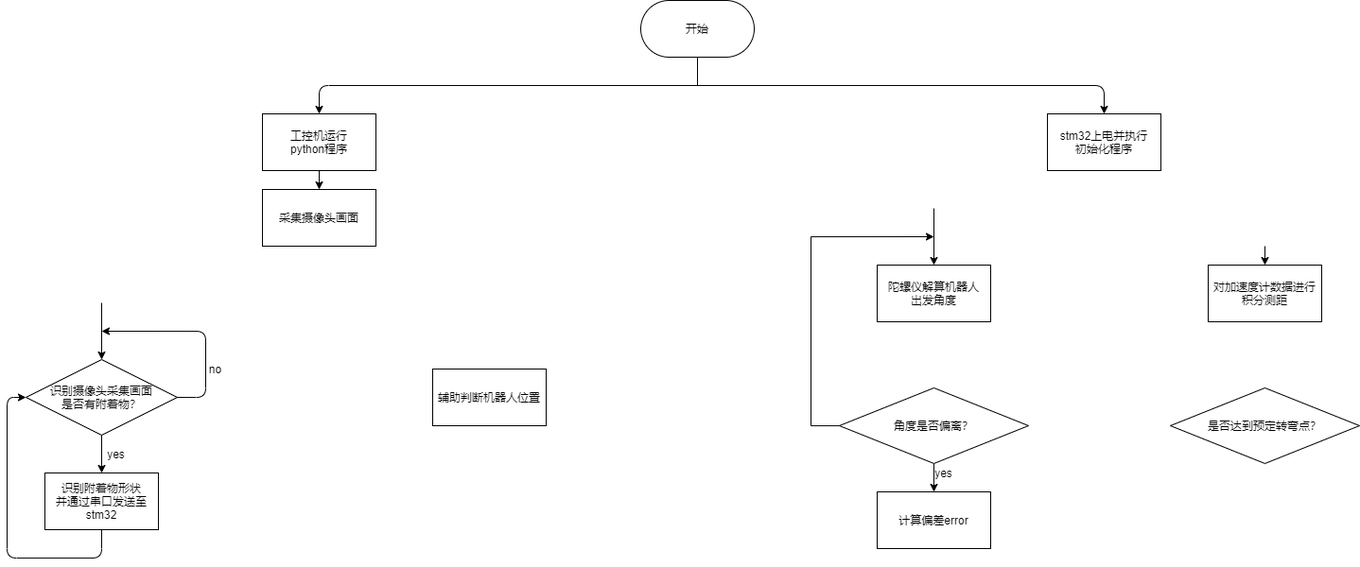
RightTriangle/RightTriangle.github.io keeps this draw.io diagram as test.png. Above is the earlier version. Source tidied: cells renumbered, new cells last; positions are measured from the earlier drawing's top-left corner, leaving out a move shared by most shapes.
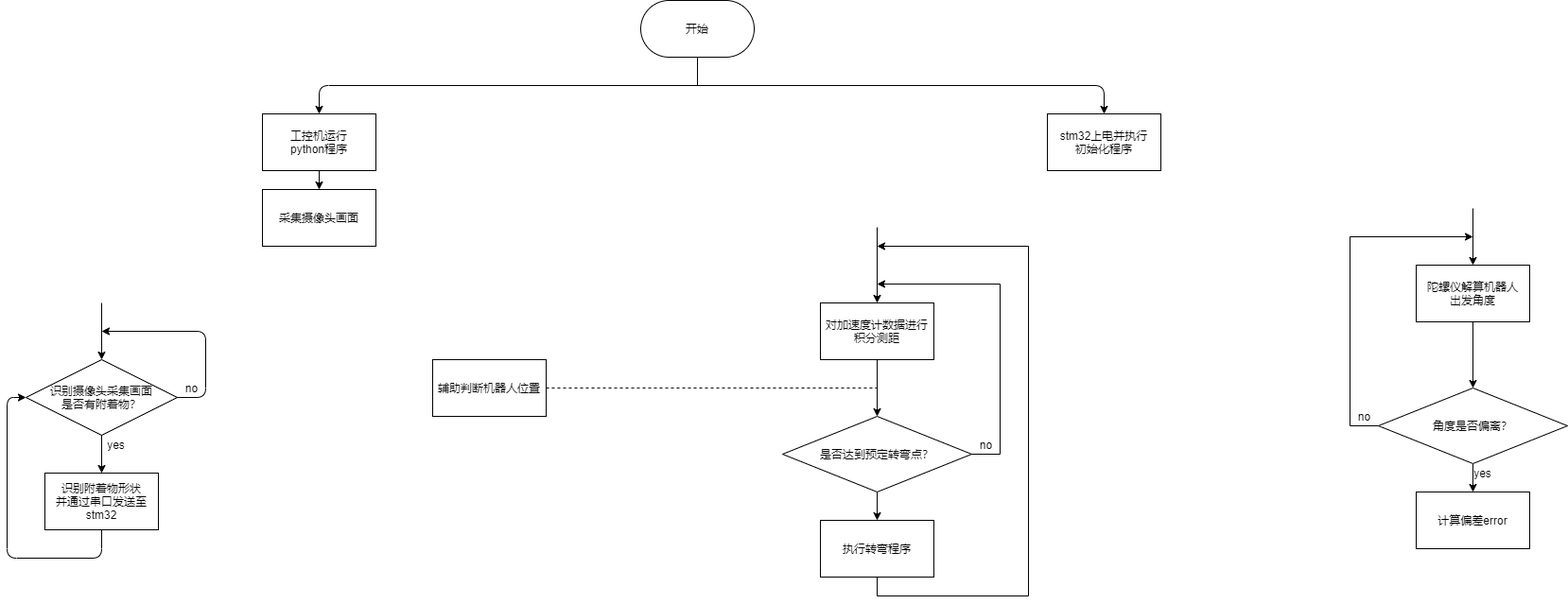
Later version of the same file.

What changed in the source:
```diff
@@ -50,10 +50,10 @@
       </mxGeometry>
     </mxCell>
     <mxCell id="11" value="no" style="text;html=1;align=center;verticalAlign=middle;strokeColor=none;" parent="1" vertex="1">
-      <mxGeometry x="205" y="380" width="30" height="20" as="geometry" />
+      <mxGeometry x="180" y="400" width="30" height="20" as="geometry" />
     </mxCell>
     <mxCell id="12" value="yes" style="text;html=1;align=center;verticalAlign=middle;strokeColor=none;" parent="1" vertex="1">
-      <mxGeometry x="100" y="470" width="30" height="20" as="geometry" />
+      <mxGeometry x="100" y="460" width="30" height="20" as="geometry" />
     </mxCell>
     <mxCell id="13" value="识别附着物形状&lt;br&gt;并通过串口发送至stm32" style="rounded=0;whiteSpace=wrap;html=1;" parent="1" vertex="1">
       <mxGeometry x="40" y="500" width="120" height="60" as="geometry" />
@@ -74,14 +74,17 @@
       <mxGeometry x="270" y="200" width="120" height="60" as="geometry" />
     </mxCell>
     <mxCell id="17" value="辅助判断机器人位置" style="rounded=0;whiteSpace=wrap;html=1;" parent="1" vertex="1">
-      <mxGeometry x="450" y="390" width="120" height="60" as="geometry" />
+      <mxGeometry x="450" y="380" width="120" height="60" as="geometry" />
     </mxCell>
+    <mxCell id="28" style="edgeStyle=orthogonalEdgeStyle;rounded=0;jettySize=auto;html=1;" parent="1" edge="1" source="18" target="23">
+      <mxGeometry relative="1" as="geometry" />
+    </mxCell>
     <mxCell id="18" value="对加速度计数据进行积分测距" style="rounded=0;whiteSpace=wrap;html=1;" parent="1" vertex="1">
-      <mxGeometry x="1270" y="280" width="120" height="60" as="geometry" />
+      <mxGeometry x="860" y="320" width="120" height="60" as="geometry" />
     </mxCell>
-    <mxCell id="19" style="endArrow=classic;html=1;exitX=0.5;exitY=1;exitDx=0;exitDy=0;entryX=0.5;entryY=0;entryDx=0;entryDy=0;" parent="1" edge="1" target="18">
+    <mxCell id="19" style="endArrow=classic;html=1;entryX=0.5;entryY=0;entryDx=0;entryDy=0;" parent="1" edge="1" target="18">
       <mxGeometry relative="1" as="geometry">
-        <mxPoint x="1330" y="260" as="sourcePoint" />
+        <mxPoint x="920" y="240" as="sourcePoint" />
       </mxGeometry>
     </mxCell>
     <mxCell id="20" style="edgeStyle=orthogonalEdgeStyle;rounded=0;jettySize=auto;html=1;" parent="1" edge="1" source="22" target="26">
@@ -89,31 +92,71 @@
     </mxCell>
     <mxCell id="21" style="edgeStyle=orthogonalEdgeStyle;rounded=0;jettySize=auto;html=1;" parent="1" edge="1" source="22">
       <mxGeometry relative="1" as="geometry">
-        <mxPoint x="980" y="250" as="targetPoint" />
+        <mxPoint x="1550" y="250" as="targetPoint" />
         <Array as="points">
-          <mxPoint x="850" y="450" />
+          <mxPoint x="1420" y="450" />
         </Array>
       </mxGeometry>
     </mxCell>
     <mxCell id="22" value="角度是否偏离？" style="rhombus;whiteSpace=wrap;html=1;" parent="1" vertex="1">
-      <mxGeometry x="880" y="410" width="200" height="80" as="geometry" />
+      <mxGeometry x="1450" y="410" width="200" height="80" as="geometry" />
     </mxCell>
+    <mxCell id="29" style="edgeStyle=orthogonalEdgeStyle;rounded=0;jettySize=auto;html=1;exitX=1;exitY=0.5;exitDx=0;exitDy=0;" parent="1" edge="1" source="23">
+      <mxGeometry relative="1" as="geometry">
+        <mxPoint x="920" y="300" as="targetPoint" />
+        <Array as="points">
+          <mxPoint x="1050" y="480" />
+          <mxPoint x="1050" y="300" />
+          <mxPoint x="920" y="300" />
+        </Array>
+      </mxGeometry>
+    </mxCell>
+    <mxCell id="30" style="edgeStyle=orthogonalEdgeStyle;rounded=0;jettySize=auto;html=1;" parent="1" edge="1" source="23" target="35">
+      <mxGeometry relative="1" as="geometry" />
+    </mxCell>
     <mxCell id="23" value="是否达到预定转弯点？" style="rhombus;whiteSpace=wrap;html=1;" parent="1" vertex="1">
-      <mxGeometry x="1230" y="410" width="200" height="80" as="geometry" />
+      <mxGeometry x="820" y="440" width="200" height="80" as="geometry" />
     </mxCell>
     <mxCell id="24" value="陀螺仪解算机器人&lt;br&gt;出发角度" style="rounded=0;whiteSpace=wrap;html=1;" parent="1" vertex="1">
-      <mxGeometry x="920" y="280" width="120" height="60" as="geometry" />
+      <mxGeometry x="1490" y="280" width="120" height="60" as="geometry" />
     </mxCell>
     <mxCell id="25" style="endArrow=classic;html=1;entryX=0.5;entryY=0;entryDx=0;entryDy=0;" parent="1" edge="1" target="24">
       <mxGeometry relative="1" as="geometry">
-        <mxPoint x="980" y="220" as="sourcePoint" />
+        <mxPoint x="1550" y="220" as="sourcePoint" />
       </mxGeometry>
     </mxCell>
     <mxCell id="26" value="计算偏差error" style="whiteSpace=wrap;html=1;" parent="1" vertex="1">
-      <mxGeometry x="920" y="520" width="120" height="60" as="geometry" />
+      <mxGeometry x="1490" y="520" width="120" height="60" as="geometry" />
     </mxCell>
     <mxCell id="27" value="yes" style="text;html=1;align=center;verticalAlign=middle;strokeColor=none;" parent="1" vertex="1">
-      <mxGeometry x="975" y="490" width="30" height="20" as="geometry" />
+      <mxGeometry x="1545" y="490" width="30" height="20" as="geometry" />
     </mxCell>
+    <mxCell id="31" style="endArrow=classic;html=1;exitX=0.5;exitY=1;exitDx=0;exitDy=0;entryX=0.5;entryY=0;entryDx=0;entryDy=0;" parent="1" edge="1" source="24" target="22">
+      <mxGeometry relative="1" as="geometry" />
+    </mxCell>
+    <mxCell id="32" style="endArrow=none;dashed=1;html=1;exitX=1;exitY=0.5;exitDx=0;exitDy=0;" parent="1" edge="1" source="17">
+      <mxGeometry relative="1" as="geometry">
+        <mxPoint x="920" y="410" as="targetPoint" />
+      </mxGeometry>
+    </mxCell>
+    <mxCell id="33" value="no" style="text;html=1;align=center;verticalAlign=middle;strokeColor=none;" parent="1" vertex="1">
+      <mxGeometry x="1020" y="460" width="30" height="20" as="geometry" />
+    </mxCell>
+    <mxCell id="34" style="edgeStyle=orthogonalEdgeStyle;rounded=0;jettySize=auto;html=1;exitX=0.5;exitY=1;exitDx=0;exitDy=0;" parent="1" edge="1" source="35">
+      <mxGeometry relative="1" as="geometry">
+        <mxPoint x="920" y="260" as="targetPoint" />
+        <Array as="points">
+          <mxPoint x="920" y="630" />
+          <mxPoint x="1080" y="630" />
+          <mxPoint x="1080" y="260" />
+        </Array>
+      </mxGeometry>
+    </mxCell>
+    <mxCell id="35" value="执行转弯程序" style="whiteSpace=wrap;html=1;" parent="1" vertex="1">
+      <mxGeometry x="860" y="550" width="120" height="60" as="geometry" />
+    </mxCell>
+    <mxCell id="36" value="no" style="text;html=1;align=center;verticalAlign=middle;strokeColor=none;" parent="1" vertex="1">
+      <mxGeometry x="1420" y="430" width="30" height="20" as="geometry" />
+    </mxCell>
   </root>
 </mxGraphModel>
```
